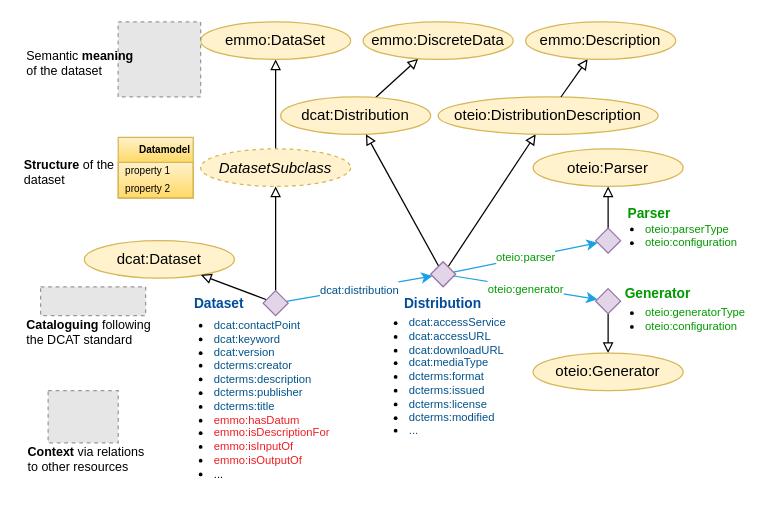
Before: page "Dataset" (1 of 19) of docs/figs/dataset.drawio in EMMC-ASBL/tripper, a draw.io diagram. Source tidied: cells renumbered, new cells numbered last; positions are measured from the earlier drawing's top-left corner, leaving out a move shared by most shapes. Both pictures are drawn from the tidied source at 125%, with x=0, y=0 at pixel (21, 21). Pictures stored in the file or linked from it are replaced by grey dashed boxes.
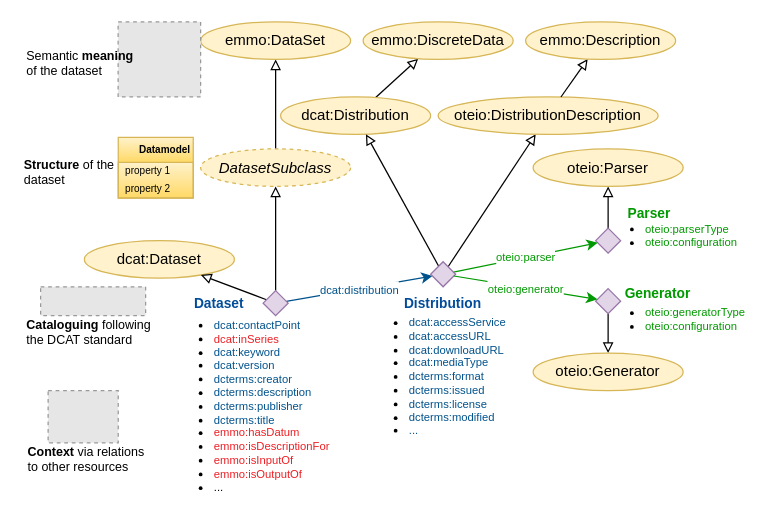
The same page after the edit.

The change refers to these unchanged cells:
```xml
<mxCell id="10" style="rhombus;whiteSpace=wrap;html=1;fillColor=#e1d5e7;strokeColor=#9673a6;" parent="1" vertex="1">
  <mxGeometry x="193" y="215" width="20" height="20" as="geometry" />
</mxCell>
<mxCell id="12" style="rhombus;whiteSpace=wrap;html=1;fillColor=#e1d5e7;strokeColor=#9673a6;" parent="1" vertex="1">
  <mxGeometry x="459" y="165" width="20" height="20" as="geometry" />
</mxCell>
<mxCell id="16" style="rhombus;whiteSpace=wrap;html=1;fillColor=#e1d5e7;strokeColor=#9673a6;" parent="1" vertex="1">
  <mxGeometry x="327" y="191.9" width="20" height="20" as="geometry" />
</mxCell>
<mxCell id="35" style="rhombus;whiteSpace=wrap;html=1;fillColor=#e1d5e7;strokeColor=#9673a6;" parent="1" vertex="1">
  <mxGeometry x="459" y="213.4" width="20" height="20" as="geometry" />
</mxCell>
```

What changed in the source:
```diff
@@
-    <mxCell id="8" value="&lt;span style=&quot;font-size: 9px;&quot;&gt;&lt;font color=&quot;#00528c&quot;&gt;dcat:distribution&lt;/font&gt;&lt;/span&gt;" style="shape=connector;rounded=0;jettySize=auto;html=1;strokeColor=#1BA1E2;align=center;verticalAlign=middle;fontFamily=Helvetica;fontSize=11;fontColor=default;labelBackgroundColor=default;endArrow=classic;endFill=1;" parent="1" edge="1" source="10" target="16">
+    <mxCell id="8" value="&lt;span style=&quot;font-size: 9px;&quot;&gt;&lt;font color=&quot;#00528c&quot;&gt;dcat:distribution&lt;/font&gt;&lt;/span&gt;" style="shape=connector;rounded=0;jettySize=auto;html=1;strokeColor=#00528C;align=center;verticalAlign=middle;fontFamily=Helvetica;fontSize=11;fontColor=default;labelBackgroundColor=default;endArrow=classic;endFill=1;" parent="1" edge="1" source="10" target="16">
       <mxGeometry relative="1" as="geometry" />
     </mxCell>
@@
-    <mxCell id="14" value="&lt;font color=&quot;#009900&quot; style=&quot;font-size: 9px;&quot;&gt;oteio:parser&lt;/font&gt;" style="shape=connector;rounded=0;jettySize=auto;html=1;strokeColor=#1BA1E2;align=center;verticalAlign=middle;fontFamily=Helvetica;fontSize=11;fontColor=default;labelBackgroundColor=default;endArrow=classic;endFill=1;" parent="1" edge="1" source="16" target="12">
+    <mxCell id="14" value="&lt;font color=&quot;#009900&quot; style=&quot;font-size: 9px;&quot;&gt;oteio:parser&lt;/font&gt;" style="shape=connector;rounded=0;jettySize=auto;html=1;strokeColor=#009900;align=center;verticalAlign=middle;fontFamily=Helvetica;fontSize=11;fontColor=default;labelBackgroundColor=default;endArrow=classic;endFill=1;" parent="1" edge="1" source="16" target="12">
       <mxGeometry relative="1" as="geometry" />
     </mxCell>
@@
-    <mxCell id="36" value="&lt;font color=&quot;#009900&quot; style=&quot;font-size: 9px;&quot;&gt;oteio:generator&lt;/font&gt;" style="shape=connector;rounded=0;jettySize=auto;html=1;strokeColor=#1BA1E2;align=center;verticalAlign=middle;fontFamily=Helvetica;fontSize=11;fontColor=default;labelBackgroundColor=default;endArrow=classic;endFill=1;" parent="1" edge="1" source="16" target="35">
+    <mxCell id="36" value="&lt;font color=&quot;#009900&quot; style=&quot;font-size: 9px;&quot;&gt;oteio:generator&lt;/font&gt;" style="shape=connector;rounded=0;jettySize=auto;html=1;strokeColor=#009900;align=center;verticalAlign=middle;fontFamily=Helvetica;fontSize=11;fontColor=default;labelBackgroundColor=default;endArrow=classic;endFill=1;" parent="1" edge="1" source="16" target="35">
       <mxGeometry relative="1" as="geometry" />
     </mxCell>
@@
-    <mxCell id="46" value="&lt;ul&gt;&lt;li&gt;&lt;font color=&quot;#00528c&quot;&gt;dcat:contactPoint&lt;/font&gt;&lt;/li&gt;&lt;li&gt;&lt;font color=&quot;#00528c&quot;&gt;&lt;span style=&quot;background-color: initial;&quot;&gt;dcat:keyword&lt;/span&gt;&lt;br&gt;&lt;/font&gt;&lt;/li&gt;&lt;li&gt;&lt;font color=&quot;#00528c&quot; style=&quot;font-size: 9px&quot;&gt;dcat:version&lt;/font&gt;&lt;/li&gt;&lt;li&gt;&lt;span style=&quot;color: rgb(0, 82, 140); background-color: initial;&quot;&gt;dcterms:creator&lt;/span&gt;&lt;br&gt;&lt;/li&gt;&lt;li&gt;&lt;font color=&quot;#00528c&quot; style=&quot;font-size: 9px&quot;&gt;dcterms:description&lt;/font&gt;&lt;/li&gt;&lt;li&gt;&lt;span style=&quot;color: rgb(0, 82, 140); background-color: initial;&quot;&gt;dcterms:publisher&lt;/span&gt;&lt;br&gt;&lt;/li&gt;&lt;li&gt;&lt;font color=&quot;#00528c&quot;&gt;dcterms:title&lt;/font&gt;&lt;/li&gt;&lt;li&gt;&lt;font color=&quot;#ed1f24&quot;&gt;emmo:hasDatum&lt;/font&gt;&lt;/li&gt;&lt;li&gt;&lt;font color=&quot;#ed1f24&quot;&gt;emmo:isDescriptionFor&lt;/font&gt;&lt;/li&gt;&lt;li&gt;&lt;font color=&quot;#ed1f24&quot;&gt;emmo:isInputOf&lt;/font&gt;&lt;/li&gt;&lt;li&gt;&lt;font color=&quot;#ed1f24&quot;&gt;emmo:isOutputOf&lt;/font&gt;&lt;/li&gt;&lt;li&gt;&lt;font style=&quot;font-size: 9px&quot;&gt;...&lt;/font&gt;&lt;/li&gt;&lt;/ul&gt;&lt;div&gt;&lt;div&gt;&lt;/div&gt;&lt;/div&gt;" style="text;html=1;align=left;verticalAlign=top;whiteSpace=wrap;rounded=0;fontFamily=Helvetica;fontSize=9;fontColor=default;labelBackgroundColor=none;" parent="1" vertex="1">
+    <mxCell id="46" value="&lt;ul&gt;&lt;li&gt;&lt;font color=&quot;#00528c&quot;&gt;dcat:contactPoint&lt;/font&gt;&lt;/li&gt;&lt;li&gt;&lt;span style=&quot;background-color: initial;&quot;&gt;&lt;font color=&quot;#ed1f24&quot;&gt;dcat:inSeries&lt;/font&gt;&lt;/span&gt;&lt;/li&gt;&lt;li&gt;&lt;font color=&quot;#00528c&quot;&gt;&lt;span style=&quot;background-color: initial;&quot;&gt;dcat:keyword&lt;/span&gt;&lt;br&gt;&lt;/font&gt;&lt;/li&gt;&lt;li&gt;&lt;font color=&quot;#00528c&quot; style=&quot;font-size: 9px&quot;&gt;dcat:version&lt;/font&gt;&lt;/li&gt;&lt;li&gt;&lt;span style=&quot;color: rgb(0, 82, 140); background-color: initial;&quot;&gt;dcterms:creator&lt;/span&gt;&lt;br&gt;&lt;/li&gt;&lt;li&gt;&lt;font color=&quot;#00528c&quot; style=&quot;font-size: 9px&quot;&gt;dcterms:description&lt;/font&gt;&lt;/li&gt;&lt;li&gt;&lt;span style=&quot;color: rgb(0, 82, 140); background-color: initial;&quot;&gt;dcterms:publisher&lt;/span&gt;&lt;br&gt;&lt;/li&gt;&lt;li&gt;&lt;font color=&quot;#00528c&quot;&gt;dcterms:title&lt;/font&gt;&lt;/li&gt;&lt;li&gt;&lt;font color=&quot;#ed1f24&quot;&gt;emmo:hasDatum&lt;/font&gt;&lt;/li&gt;&lt;li&gt;&lt;font color=&quot;#ed1f24&quot;&gt;emmo:isDescriptionFor&lt;/font&gt;&lt;/li&gt;&lt;li&gt;&lt;font color=&quot;#ed1f24&quot;&gt;emmo:isInputOf&lt;/font&gt;&lt;/li&gt;&lt;li&gt;&lt;font color=&quot;#ed1f24&quot;&gt;emmo:isOutputOf&lt;/font&gt;&lt;/li&gt;&lt;li&gt;&lt;font style=&quot;font-size: 9px&quot;&gt;...&lt;/font&gt;&lt;/li&gt;&lt;/ul&gt;&lt;div&gt;&lt;div&gt;&lt;/div&gt;&lt;/div&gt;" style="text;html=1;align=left;verticalAlign=top;whiteSpace=wrap;rounded=0;fontFamily=Helvetica;fontSize=9;fontColor=default;labelBackgroundColor=none;" parent="1" vertex="1">
       <mxGeometry x="112" y="221.9" width="140" height="155" as="geometry" />
     </mxCell>
```
